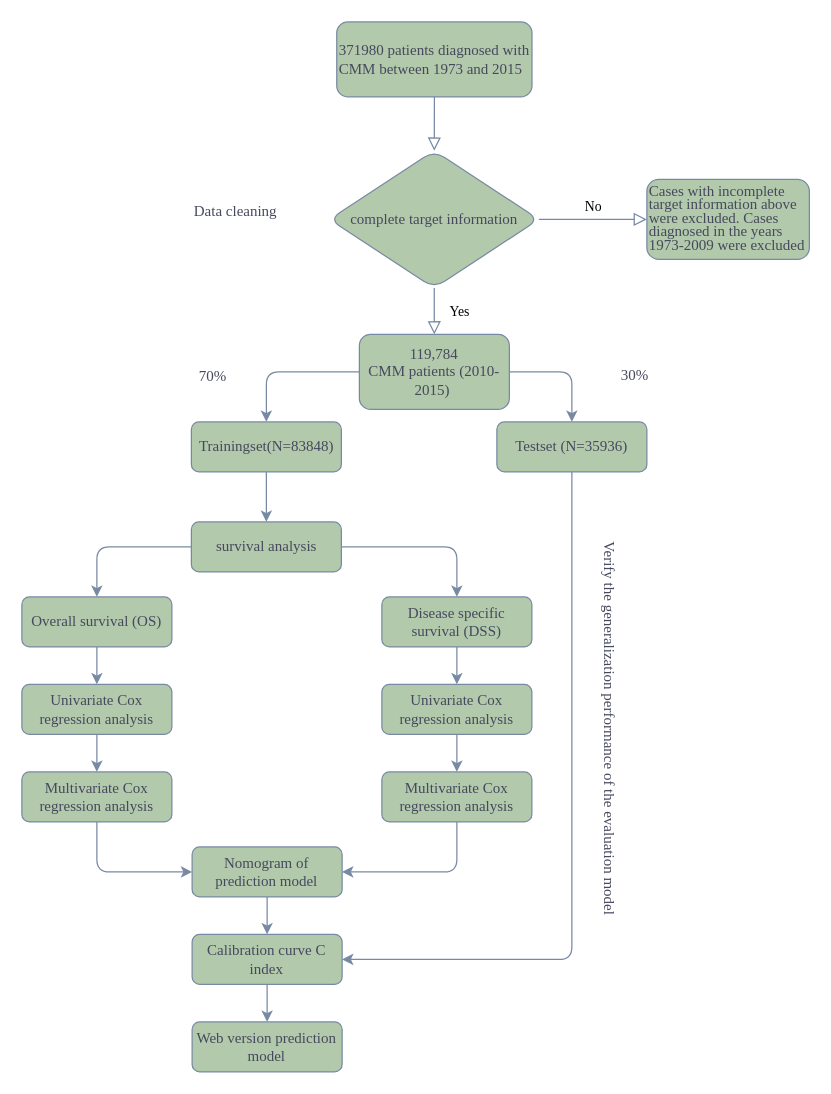
Earlier version of the draw.io diagram 未命名绘图.drawio (pifu-dabai/R-yuyan). Source tidied: cells renumbered, new cells numbered last; positions are measured from the earlier drawing's top-left corner, leaving out a move shared by most shapes. Both pictures are drawn from the tidied source at 125%, with x=0, y=0 at pixel (21, 21).
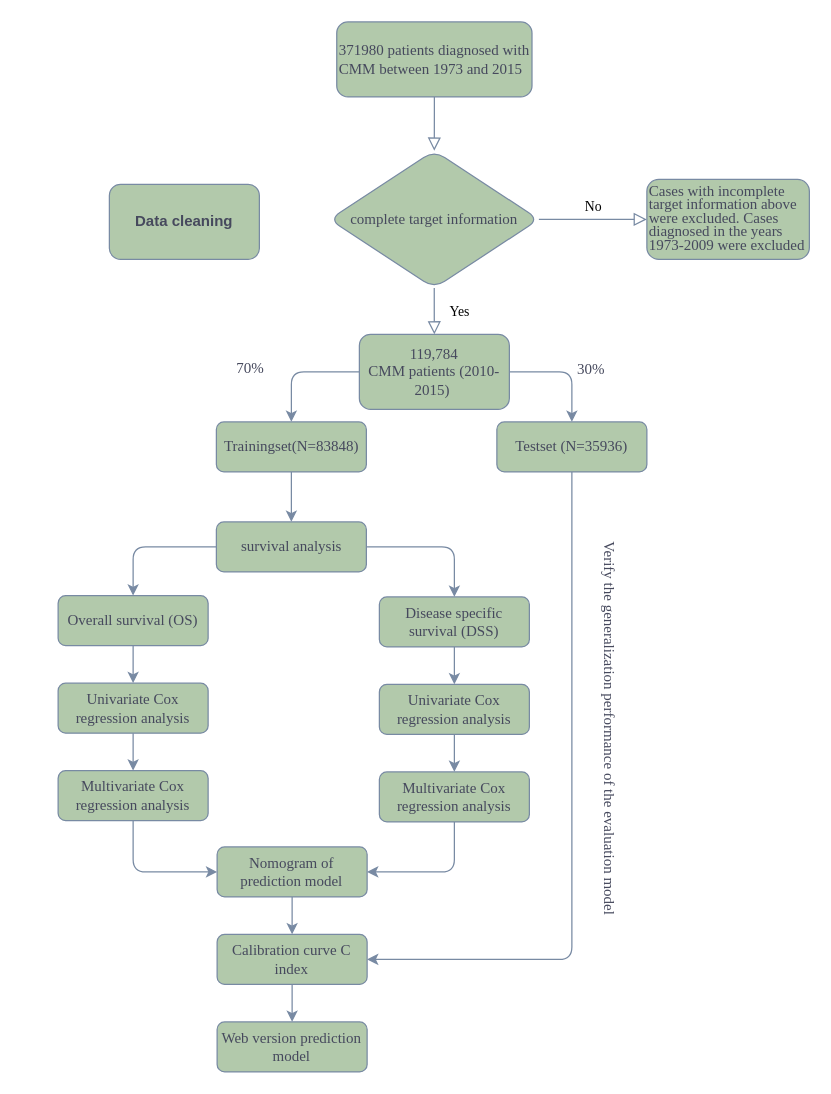
The same diagram, later.

The change refers to these unchanged cells:
```xml
<mxCell id="20" style="group;fontFamily=Times New Roman;labelBackgroundColor=none;fontColor=#46495D;rounded=1;" parent="18" vertex="1">
  <mxGeometry y="60" width="408" height="250" as="geometry" />
</mxCell>
```

Change to the diagram source:
```diff
@@
     <mxCell id="10" value="Web version prediction model" style="rounded=1;whiteSpace=wrap;html=1;fontSize=12;glass=0;strokeWidth=1;shadow=0;fontFamily=Times New Roman;labelBackgroundColor=none;fillColor=#B2C9AB;strokeColor=#788AA3;fontColor=#46495D;" parent="1" vertex="1">
-      <mxGeometry x="136.2" y="800" width="120" height="40" as="geometry" />
+      <mxGeometry x="156.2" y="800" width="120" height="40" as="geometry" />
     </mxCell>
@@
-    <mxCell id="15" value="Data cleaning" style="text;whiteSpace=wrap;fontFamily=Times New Roman;labelBackgroundColor=none;fontColor=#46495D;rounded=1;" parent="1" vertex="1">
-      <mxGeometry x="136.2" y="138" width="110" height="40" as="geometry" />
-    </mxCell>
     <mxCell id="16" style="group;fontFamily=Times New Roman;labelBackgroundColor=none;fontColor=#46495D;rounded=1;" parent="1" vertex="1">
-      <mxGeometry y="320" width="408" height="490" as="geometry" />
+      <mxGeometry x="20" y="320" width="408" height="490" as="geometry" />
     </mxCell>
@@
     <mxCell id="21" value="&lt;div&gt;Overall survival (OS)&lt;/div&gt;" style="rounded=1;whiteSpace=wrap;html=1;fontFamily=Times New Roman;labelBackgroundColor=none;fillColor=#B2C9AB;strokeColor=#788AA3;fontColor=#46495D;" parent="20" vertex="1">
-      <mxGeometry width="120" height="40" as="geometry" />
+      <mxGeometry x="9" y="-1" width="120" height="40" as="geometry" />
     </mxCell>
     <mxCell id="22" value="Disease specific survival (DSS)" style="rounded=1;whiteSpace=wrap;html=1;fontFamily=Times New Roman;labelBackgroundColor=none;fillColor=#B2C9AB;strokeColor=#788AA3;fontColor=#46495D;" parent="20" vertex="1">
-      <mxGeometry x="288" width="120" height="40" as="geometry" />
+      <mxGeometry x="266" width="120" height="40" as="geometry" />
     </mxCell>
     <mxCell id="23" value="Univariate Cox regression analysis" style="rounded=1;whiteSpace=wrap;html=1;fontFamily=Times New Roman;labelBackgroundColor=none;fillColor=#B2C9AB;strokeColor=#788AA3;fontColor=#46495D;" parent="20" vertex="1">
-      <mxGeometry y="70" width="120" height="40" as="geometry" />
+      <mxGeometry x="9" y="69" width="120" height="40" as="geometry" />
     </mxCell>
     <mxCell id="24" value="Multivariate Cox regression analysis" style="rounded=1;whiteSpace=wrap;html=1;fontFamily=Times New Roman;labelBackgroundColor=none;fillColor=#B2C9AB;strokeColor=#788AA3;fontColor=#46495D;" parent="20" vertex="1">
-      <mxGeometry y="140" width="120" height="40" as="geometry" />
+      <mxGeometry x="9" y="139" width="120" height="40" as="geometry" />
     </mxCell>
     <mxCell id="25" value="Univariate Cox regression analysis" style="rounded=1;whiteSpace=wrap;html=1;fontFamily=Times New Roman;labelBackgroundColor=none;fillColor=#B2C9AB;strokeColor=#788AA3;fontColor=#46495D;" parent="20" vertex="1">
-      <mxGeometry x="288" y="70" width="120" height="40" as="geometry" />
+      <mxGeometry x="266" y="70" width="120" height="40" as="geometry" />
     </mxCell>
     <mxCell id="26" value="Multivariate Cox regression analysis" style="rounded=1;whiteSpace=wrap;html=1;fontFamily=Times New Roman;labelBackgroundColor=none;fillColor=#B2C9AB;strokeColor=#788AA3;fontColor=#46495D;" parent="20" vertex="1">
-      <mxGeometry x="288" y="140" width="120" height="40" as="geometry" />
+      <mxGeometry x="266" y="140" width="120" height="40" as="geometry" />
     </mxCell>
@@
     <mxCell id="39" value="70%" style="text;whiteSpace=wrap;fontFamily=Times New Roman;labelBackgroundColor=none;fontColor=#46495D;rounded=1;" parent="1" vertex="1">
-      <mxGeometry x="140" y="270" width="40" height="40" as="geometry" />
+      <mxGeometry x="170" y="263" width="40" height="40" as="geometry" />
     </mxCell>
     <mxCell id="40" value="30%" style="text;html=1;align=center;verticalAlign=middle;fontFamily=Times New Roman;labelBackgroundColor=none;fontColor=#46495D;rounded=1;" parent="1" vertex="1">
-      <mxGeometry x="465" y="268" width="50" height="30" as="geometry" />
+      <mxGeometry x="430" y="263" width="50" height="30" as="geometry" />
     </mxCell>
@@
+    <mxCell id="15" value="&lt;b&gt;Data cleaning&lt;/b&gt;" style="rounded=1;whiteSpace=wrap;html=1;strokeColor=#788AA3;fontColor=#46495D;fillColor=#B2C9AB;" parent="1" vertex="1">
+      <mxGeometry x="70" y="130" width="120" height="60" as="geometry" />
+    </mxCell>
```
